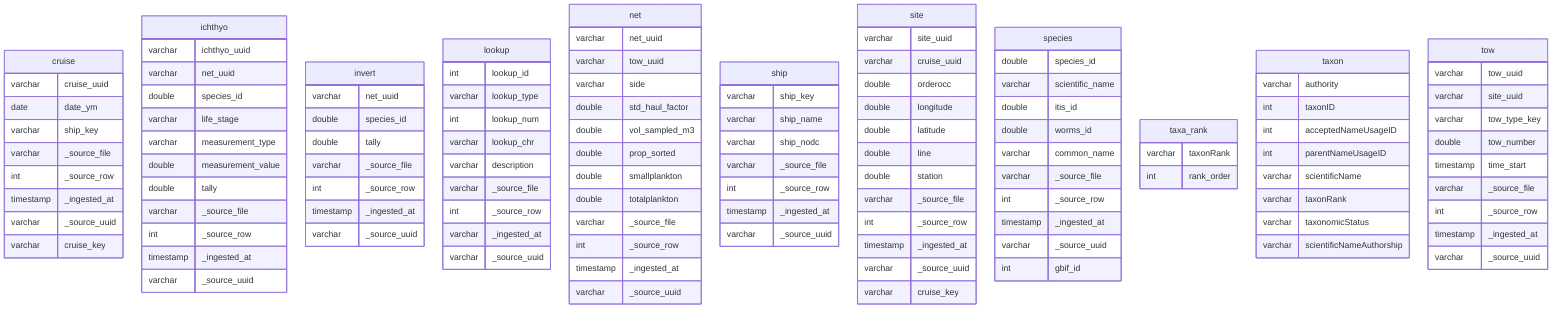
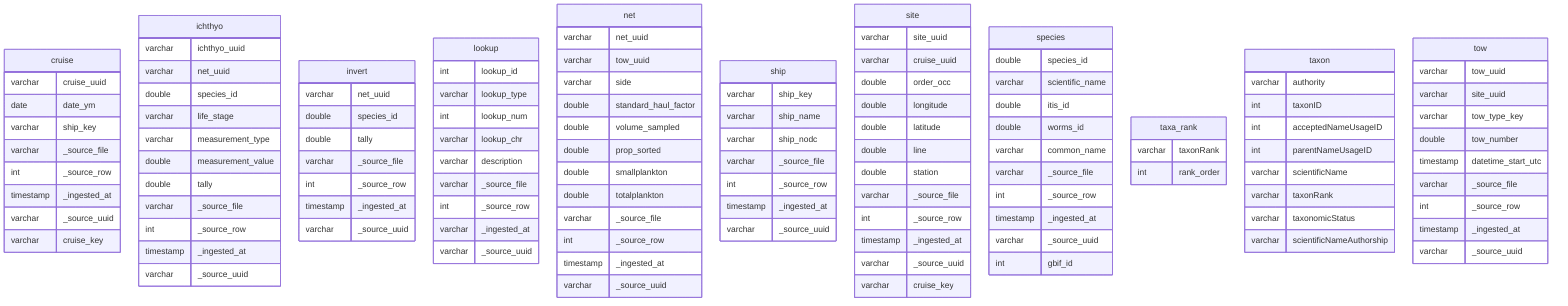
---
config:
  layout: elk
---
erDiagram
    cruise {
        varchar cruise_uuid
        date date_ym
        varchar ship_key
        varchar _source_file
        int _source_row
        timestamp _ingested_at
        varchar _source_uuid
        varchar cruise_key
    }
    ichthyo {
        varchar ichthyo_uuid
        varchar net_uuid
        double species_id
        varchar life_stage
        varchar measurement_type
        double measurement_value
        double tally
        varchar _source_file
        int _source_row
        timestamp _ingested_at
        varchar _source_uuid
    }
    invert {
        varchar net_uuid
        double species_id
        double tally
        varchar _source_file
        int _source_row
        timestamp _ingested_at
        varchar _source_uuid
    }
    lookup {
        int lookup_id
        varchar lookup_type
        int lookup_num
        varchar lookup_chr
        varchar description
        varchar _source_file
        int _source_row
        varchar _ingested_at
        varchar _source_uuid
    }
    net {
        varchar net_uuid
        varchar tow_uuid
        varchar side
-         double std_haul_factor
-         double vol_sampled_m3
+         double standard_haul_factor
+         double volume_sampled
        double prop_sorted
        double smallplankton
        double totalplankton
        varchar _source_file
        int _source_row
        timestamp _ingested_at
        varchar _source_uuid
    }
    ship {
        varchar ship_key
        varchar ship_name
        varchar ship_nodc
        varchar _source_file
        int _source_row
        timestamp _ingested_at
        varchar _source_uuid
    }
    site {
        varchar site_uuid
        varchar cruise_uuid
-         double orderocc
+         double order_occ
        double longitude
        double latitude
        double line
        double station
        varchar _source_file
        int _source_row
        timestamp _ingested_at
        varchar _source_uuid
        varchar cruise_key
    }
    species {
        double species_id
        varchar scientific_name
        double itis_id
        double worms_id
        varchar common_name
        varchar _source_file
        int _source_row
        timestamp _ingested_at
        varchar _source_uuid
        int gbif_id
    }
    taxa_rank {
        varchar taxonRank
        int rank_order
    }
    taxon {
        varchar authority
        int taxonID
        int acceptedNameUsageID
        int parentNameUsageID
        varchar scientificName
        varchar taxonRank
        varchar taxonomicStatus
        varchar scientificNameAuthorship
    }
    tow {
        varchar tow_uuid
        varchar site_uuid
        varchar tow_type_key
        double tow_number
-         timestamp time_start
+         timestamp datetime_start_utc
        varchar _source_file
        int _source_row
        timestamp _ingested_at
        varchar _source_uuid
    }
